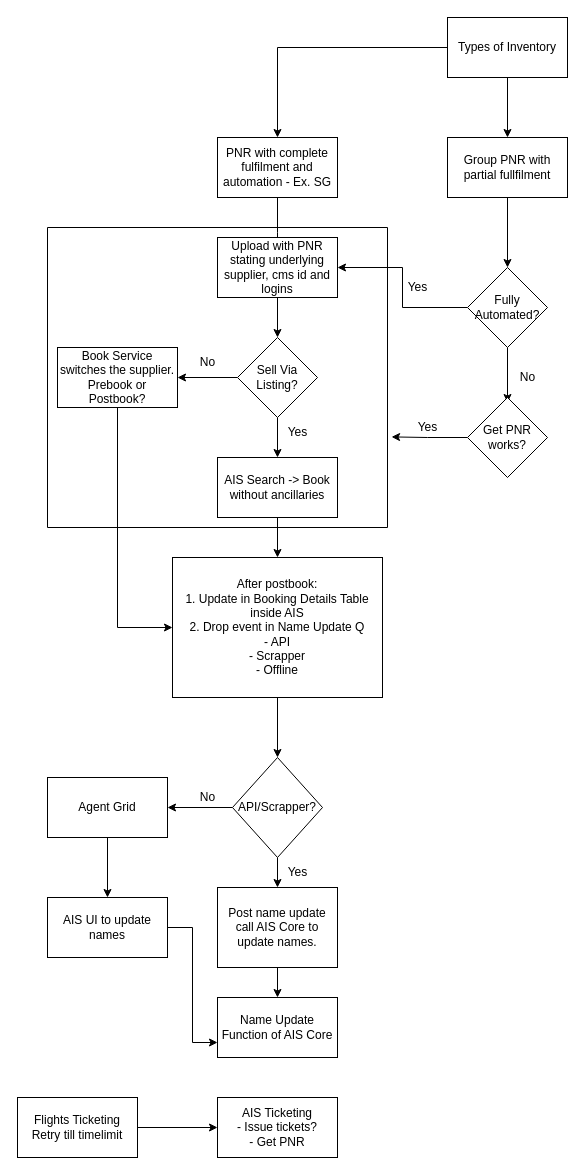
Above: Untitled Diagram.drawio in ravi-jain/system-design (draw.io), before the change. Source tidied: cells renumbered, new cells numbered last; positions are measured from the earlier drawing's top-left corner, leaving out a move shared by most shapes. Both pictures are drawn from the tidied source at 100%, with x=0, y=0 at pixel (17, 17).
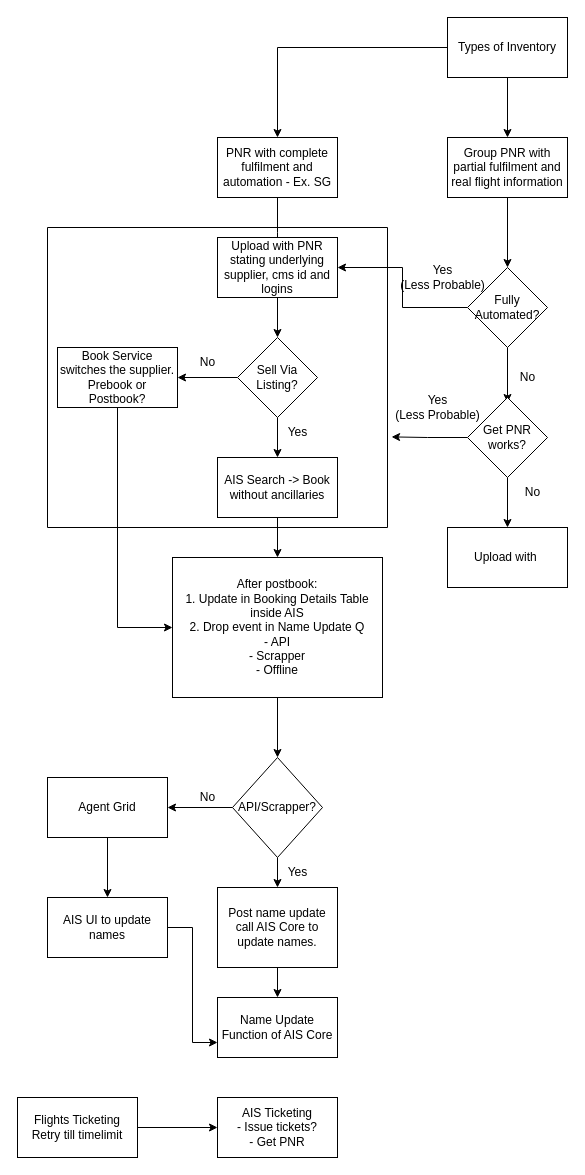
Above is the later version.

The change refers to these unchanged cells:
```xml
<mxCell id="29" value="Get PNR works?" style="rhombus;whiteSpace=wrap;html=1;" parent="1" vertex="1">
  <mxGeometry x="450" y="380" width="80" height="80" as="geometry" />
</mxCell>
```

Diff of the diagram source:
```diff
@@
-    <mxCell id="20" value="Group PNR with partial fullfilment" style="whiteSpace=wrap;html=1;rounded=0;" parent="1" vertex="1">
+    <mxCell id="20" value="Group PNR with partial fulfilment and real flight information" style="whiteSpace=wrap;html=1;rounded=0;" parent="1" vertex="1">
       <mxGeometry x="430" y="120" width="120" height="60" as="geometry" />
     </mxCell>
@@
-    <mxCell id="24" value="Yes" style="text;html=1;align=center;verticalAlign=middle;strokeColor=none;fillColor=none;" parent="1" vertex="1">
-      <mxGeometry x="380" y="255" width="40" height="30" as="geometry" />
+    <mxCell id="24" value="Yes &lt;br&gt;(Less Probable)" style="text;html=1;align=center;verticalAlign=middle;strokeColor=none;fillColor=none;" parent="1" vertex="1">
+      <mxGeometry x="370" y="240" width="110" height="40" as="geometry" />
     </mxCell>
@@
+    <mxCell id="46" style="edgeStyle=orthogonalEdgeStyle;rounded=0;jettySize=auto;html=1;" parent="1" edge="1" source="29" target="48">
+      <mxGeometry relative="1" as="geometry" />
+    </mxCell>
@@
-    <mxCell id="45" value="Yes" style="text;html=1;align=center;verticalAlign=middle;strokeColor=none;fillColor=none;" parent="1" vertex="1">
-      <mxGeometry x="390" y="395" width="40" height="30" as="geometry" />
-    </mxCell>
+    <mxCell id="47" value="Yes &lt;br&gt;(Less Probable)" style="text;html=1;align=center;verticalAlign=middle;strokeColor=none;fillColor=none;" parent="1" vertex="1">
+      <mxGeometry x="365" y="370" width="110" height="40" as="geometry" />
+    </mxCell>
+    <mxCell id="48" value="Upload with&amp;nbsp;" style="whiteSpace=wrap;html=1;" parent="1" vertex="1">
+      <mxGeometry x="430" y="510" width="120" height="60" as="geometry" />
+    </mxCell>
+    <mxCell id="49" value="No" style="text;html=1;align=center;verticalAlign=middle;strokeColor=none;fillColor=none;" parent="1" vertex="1">
+      <mxGeometry x="495" y="460" width="40" height="30" as="geometry" />
+    </mxCell>
```
